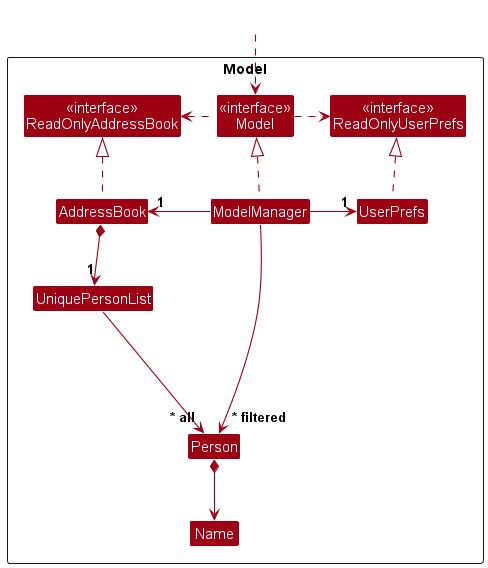
Above: docs/images/ModelClassDiagram.png in nus-cs2103-AY2324S1/tp (PlantUML), before the change.
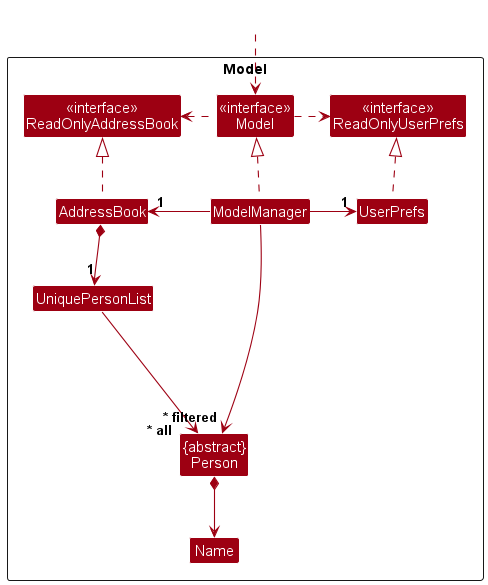
After the change.

Change to the diagram source:
```diff
@@ -13,7 +13,7 @@
 Class UserPrefs
 
 Class UniquePersonList
-Class Person
+Class "{abstract}\nPerson" as Person
 Class Name
 
 Class I #FFFFFF
```
